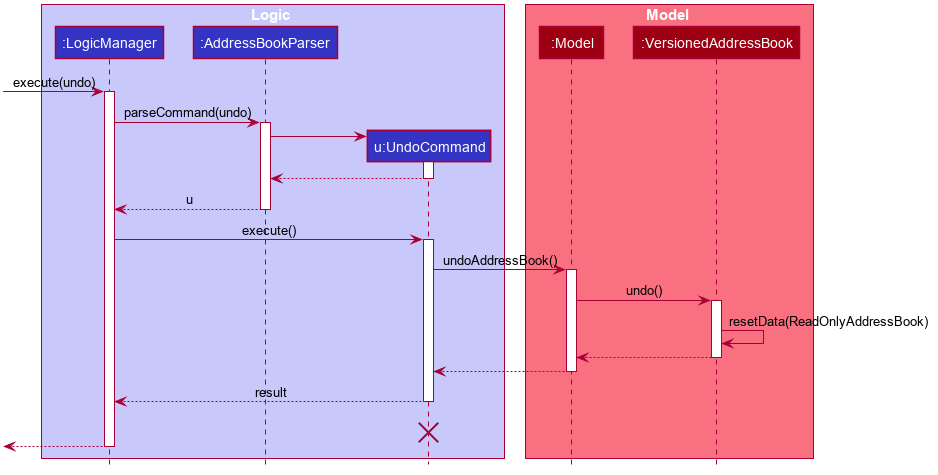
Earlier version of the PlantUML export docs/images/UndoSequenceDiagram.png (nus-cs2103-AY1920S2/addressbook-level3).
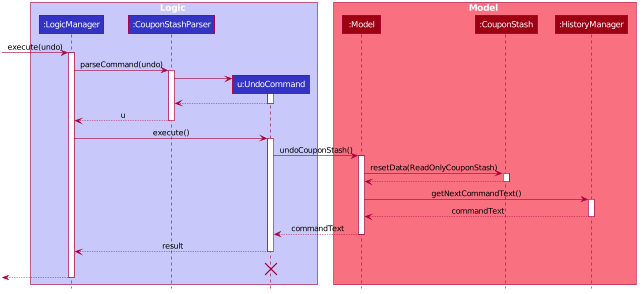
The same file after the commit.

Commit message:
Work on undo redo

Diff of the diagram source:
```diff
@@ -50,44 +50,48 @@
 
 box Logic #C8C8FA
 participant ":LogicManager" as LogicManager #3333C4
-participant ":AddressBookParser" as AddressBookParser #3333C4
+participant ":CouponStashParser" as CouponStashParser #3333C4
 participant "u:UndoCommand" as UndoCommand #3333C4
 end box
 
 box Model #F97181
 participant ":Model" as Model #9D0012
-participant ":VersionedAddressBook" as VersionedAddressBook #9D0012
+participant ":CouponStash" as CouponStash #9D0012
+participant ":HistoryManager" as HistoryManager #9D0012
 end box
 [-> LogicManager : execute(undo)
 activate LogicManager
 
-LogicManager -> AddressBookParser : parseCommand(undo)
-activate AddressBookParser
+LogicManager -> CouponStashParser : parseCommand(undo)
+activate CouponStashParser
 
 create UndoCommand
-AddressBookParser -> UndoCommand
+CouponStashParser -> UndoCommand
 activate UndoCommand
 
-UndoCommand --> AddressBookParser
+UndoCommand --> CouponStashParser
 deactivate UndoCommand
 
-AddressBookParser --> LogicManager : u
-deactivate AddressBookParser
+CouponStashParser --> LogicManager : u
+deactivate CouponStashParser
 
 LogicManager -> UndoCommand : execute()
 activate UndoCommand
 
-UndoCommand -> Model : undoAddressBook()
+UndoCommand -> Model : undoCouponStash()
 activate Model
 
-Model -> VersionedAddressBook : undo()
-activate VersionedAddressBook
+Model -> CouponStash : resetData(ReadOnlyCouponStash)
+activate CouponStash
+CouponStash --> Model
+deactivate CouponStash
 
-VersionedAddressBook -> VersionedAddressBook :resetData(ReadOnlyAddressBook)
-VersionedAddressBook --> Model :
-deactivate VersionedAddressBook
+Model -> HistoryManager : getNextCommandText()
+activate HistoryManager
+HistoryManager --> Model : commandText
+deactivate HistoryManager
 
-Model --> UndoCommand
+Model --> UndoCommand : commandText
 deactivate Model
 
 UndoCommand --> LogicManager : result
```
